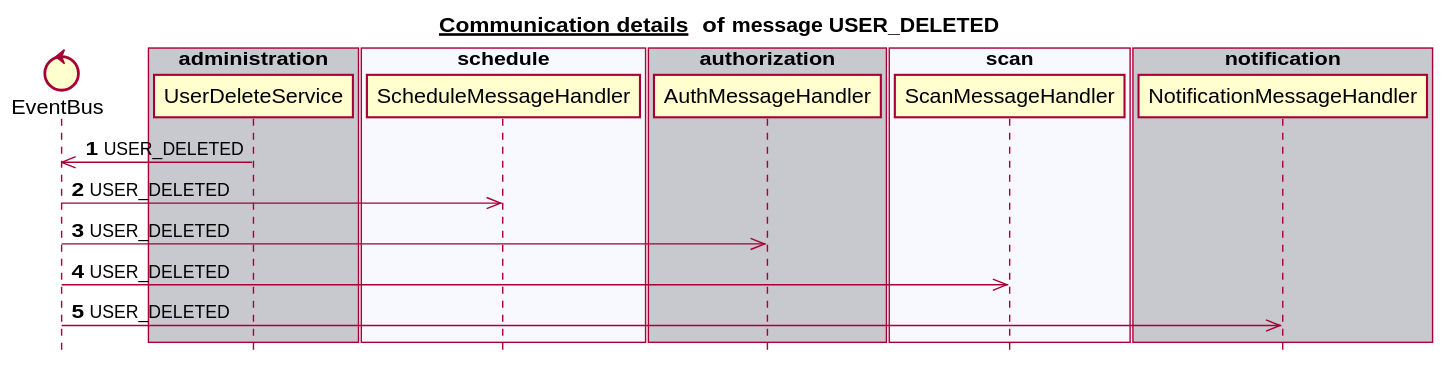
This is docs/latest/images/gen_domain_messaging_user_deleted.svg from mercedes-benz/sechub, a PlantUML export, as it was before one commit.
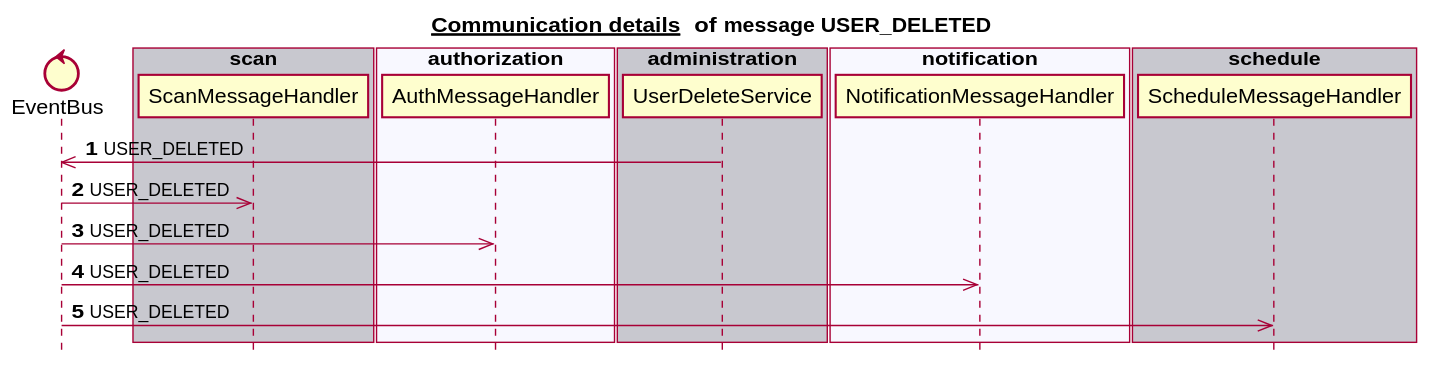
After the change.

Diff of the diagram source:
```diff
@@ -6,27 +6,27 @@
 
 
 control EventBus
+box "scan" #C8C8CF
+   participant ScanMessageHandler
+end box
+box "authorization" #F8F8FF
+   participant AuthMessageHandler
+end box
 box "administration" #C8C8CF
    participant UserDeleteService
 end box
-box "schedule" #F8F8FF
+box "notification" #F8F8FF
+   participant NotificationMessageHandler
+end box
+box "schedule" #C8C8CF
    participant ScheduleMessageHandler
-end box
-box "authorization" #C8C8CF
-   participant AuthMessageHandler
-end box
-box "scan" #F8F8FF
-   participant ScanMessageHandler
-end box
-box "notification" #C8C8CF
-   participant NotificationMessageHandler
 end box
 autonumber 1
 UserDeleteService ->> EventBus:USER_DELETED
+EventBus ->> ScanMessageHandler:USER_DELETED
+EventBus ->> AuthMessageHandler:USER_DELETED
+EventBus ->> NotificationMessageHandler:USER_DELETED
 EventBus ->> ScheduleMessageHandler:USER_DELETED
-EventBus ->> AuthMessageHandler:USER_DELETED
-EventBus ->> ScanMessageHandler:USER_DELETED
-EventBus ->> NotificationMessageHandler:USER_DELETED
 autonumber stop
 
 
```
